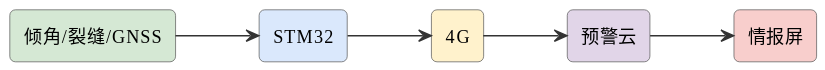
Earlier version of the PlantUML export assets/diagrams/ideas-fig43.svg (mingyi0818/IntelligentMcuCourse). Source of this version:
```plantuml
@startuml
skinparam defaultFontName "Microsoft YaHei"
skinparam rectangleRoundCorner 8
skinparam rectangleBorderColor #555
skinparam rectangleFontSize 13
skinparam arrowFontSize 11
skinparam arrowColor #333
left to right direction
rectangle "倾角/裂缝/GNSS" as s #d5e8d4
rectangle "STM32" as stm #dae8fc
rectangle "4G" as g #fff2cc
rectangle "预警云" as cloud #e1d5e8
rectangle "情报屏" as scr #f8cecc
s --> stm
stm --> g
g --> cloud
cloud --> scr
@enduml
```
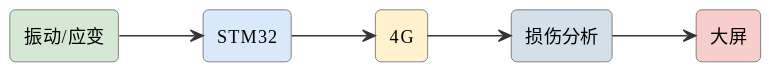
Later version of the same file.

What changed in the source:
```diff
@@ -6,13 +6,13 @@
 skinparam arrowFontSize 11
 skinparam arrowColor #333
 left to right direction
-rectangle "倾角/裂缝/GNSS" as s #d5e8d4
+rectangle "振动/应变" as s #d5e8d4
 rectangle "STM32" as stm #dae8fc
 rectangle "4G" as g #fff2cc
-rectangle "预警云" as cloud #e1d5e8
-rectangle "情报屏" as scr #f8cecc
+rectangle "损伤分析" as ai #d3e0ea
+rectangle "大屏" as scr #f8cecc
 s --> stm
 stm --> g
-g --> cloud
-cloud --> scr
+g --> ai
+ai --> scr
 @enduml
```
